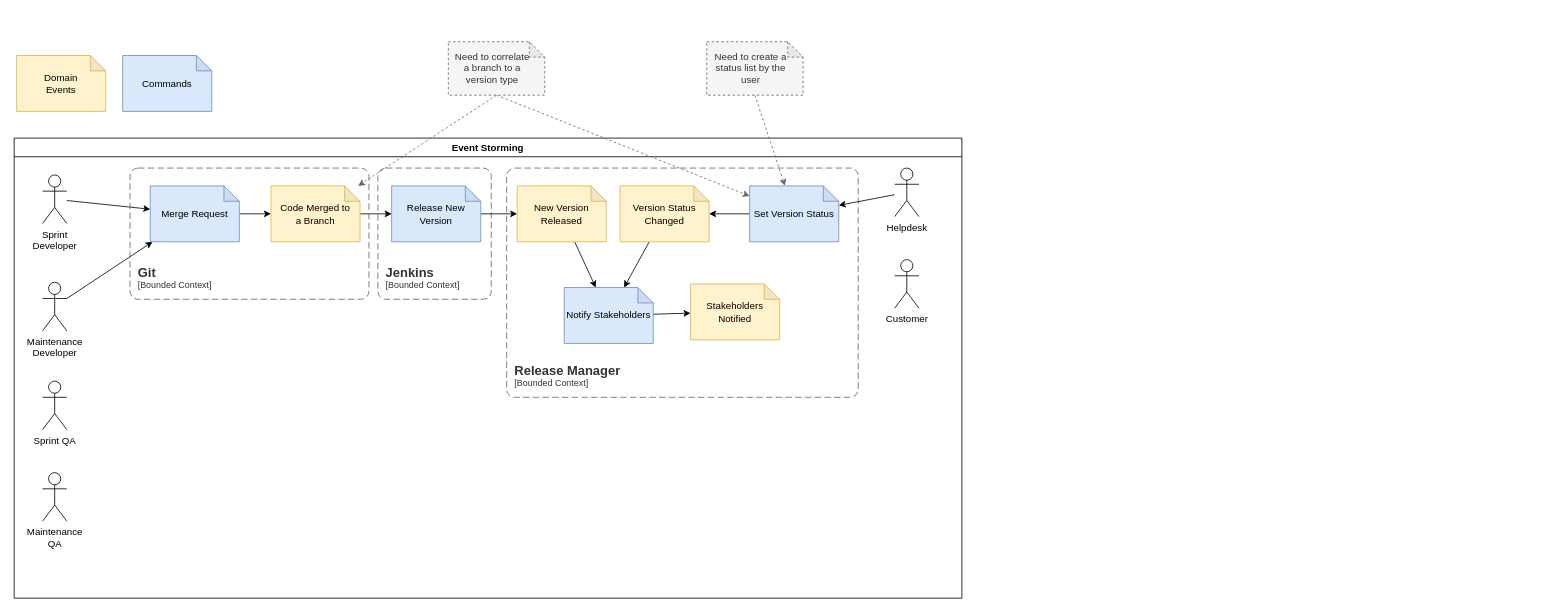
Earlier version of the draw.io diagram release-manager.drawio (higorrg/release-manager). Source tidied: cells renumbered, new cells numbered last; positions are measured from the earlier drawing's top-left corner, leaving out a move shared by most shapes. Both pictures are drawn from the tidied source at 81%, with x=0, y=0 at pixel (14, 41).
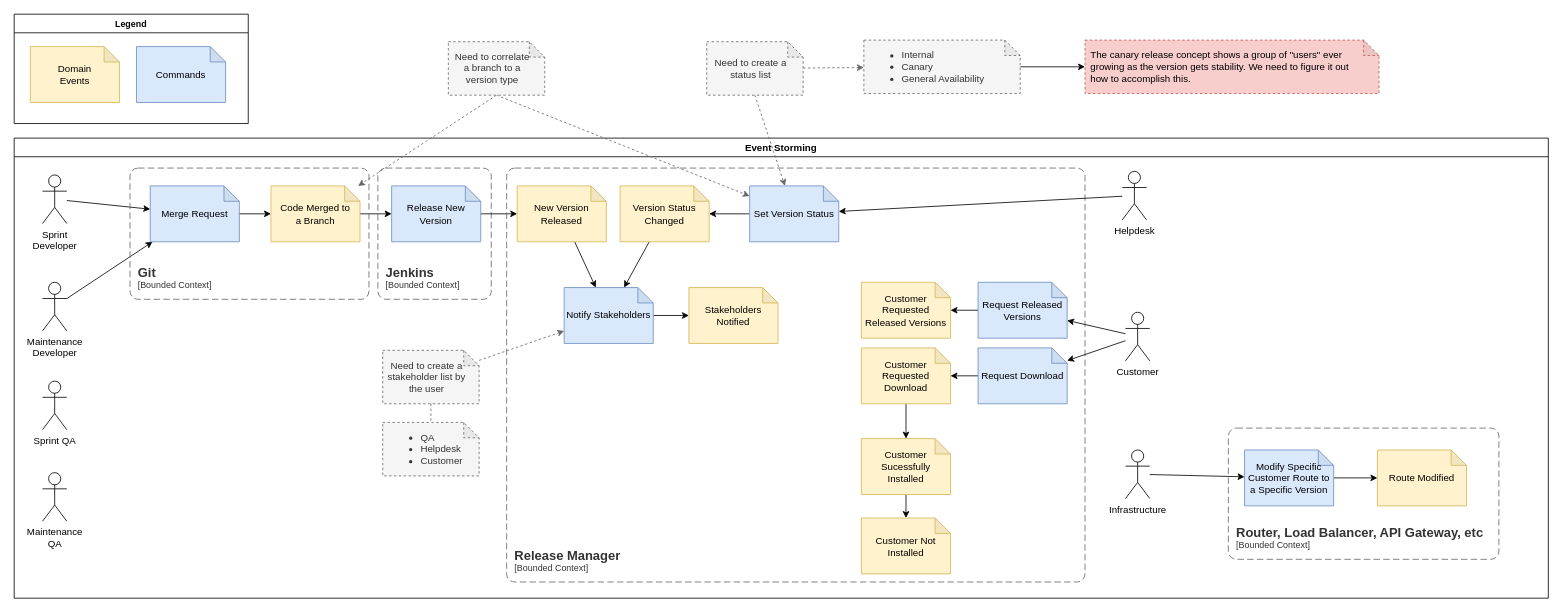
The same diagram, later.

Commit message:
Event Storming

The change refers to these unchanged cells:
```xml
<mxCell id="28" value="Notify Stakeholders" style="shape=note;whiteSpace=wrap;html=1;backgroundOutline=1;darkOpacity=0.05;size=19;fillColor=#dae8fc;strokeColor=#6c8ebf;" parent="2" vertex="1">
  <mxGeometry x="679" y="184.5" width="110" height="69" as="geometry" />
</mxCell>
```

Change to the diagram source:
```diff
@@
     <mxCell id="2" value="Event Storming" style="swimlane;whiteSpace=wrap;html=1;" parent="1" vertex="1">
-      <mxGeometry y="119" width="1170" height="568" as="geometry" />
+      <mxGeometry y="119" width="1894" height="568" as="geometry" />
     </mxCell>
@@
     <object id="17" label="&lt;font style=&quot;font-size: 16px&quot;&gt;&lt;b&gt;&lt;div style=&quot;text-align: left&quot;&gt;%c4Name%&lt;/div&gt;&lt;/b&gt;&lt;/font&gt;&lt;div style=&quot;text-align: left&quot;&gt;[%c4Application%]&lt;/div&gt;" c4Application="Bounded Context" c4Name="Release Manager" placeholders="1">
       <mxCell style="rounded=1;fontSize=11;whiteSpace=wrap;html=1;dashed=1;arcSize=20;fillColor=none;strokeColor=#666666;fontColor=#333333;labelBackgroundColor=none;align=left;verticalAlign=bottom;labelBorderColor=none;spacingTop=0;spacing=10;dashPattern=8 4;perimeter=rectanglePerimeter;noLabel=0;labelPadding=0;absoluteArcSize=1;" parent="2" vertex="1">
-        <mxGeometry x="608" y="37" width="434" height="283" as="geometry" />
+        <mxGeometry x="608" y="37" width="714" height="511" as="geometry" />
       </mxCell>
     </object>
@@
     <mxCell id="19" value="Helpdesk" style="shape=umlActor;verticalLabelPosition=bottom;verticalAlign=top;html=1;outlineConnect=0;" parent="2" vertex="1">
-      <mxGeometry x="1087" y="37" width="30" height="60" as="geometry" />
+      <mxGeometry x="1368" y="41" width="30" height="60" as="geometry" />
     </mxCell>
+    <mxCell id="37" style="edgeStyle=none;shape=connector;rounded=0;jettySize=auto;html=1;labelBackgroundColor=default;strokeColor=default;align=center;verticalAlign=middle;fontFamily=Helvetica;fontSize=11;fontColor=default;endArrow=classic;" parent="2" edge="1" source="20" target="41">
+      <mxGeometry relative="1" as="geometry" />
+    </mxCell>
+    <mxCell id="38" style="edgeStyle=none;shape=connector;rounded=0;jettySize=auto;html=1;labelBackgroundColor=default;strokeColor=default;align=center;verticalAlign=middle;fontFamily=Helvetica;fontSize=11;fontColor=default;endArrow=classic;" parent="2" edge="1" source="20" target="45">
+      <mxGeometry relative="1" as="geometry" />
+    </mxCell>
     <mxCell id="20" value="Customer" style="shape=umlActor;verticalLabelPosition=bottom;verticalAlign=top;html=1;outlineConnect=0;" parent="2" vertex="1">
-      <mxGeometry x="1087" y="150" width="30" height="60" as="geometry" />
+      <mxGeometry x="1372" y="215" width="30" height="60" as="geometry" />
     </mxCell>
@@
     <mxCell id="29" value="Stakeholders&lt;br&gt;Notified" style="shape=note;whiteSpace=wrap;html=1;backgroundOutline=1;darkOpacity=0.05;size=19;fillColor=#fff2cc;strokeColor=#d6b656;" parent="2" vertex="1">
-      <mxGeometry x="835" y="180" width="110" height="69" as="geometry" />
+      <mxGeometry x="833" y="184.5" width="110" height="69" as="geometry" />
     </mxCell>
-    <mxCell id="30" value="Domain&lt;br&gt;Events" style="shape=note;whiteSpace=wrap;html=1;backgroundOutline=1;darkOpacity=0.05;size=19;fillColor=#fff2cc;strokeColor=#d6b656;" parent="1" vertex="1">
-      <mxGeometry x="3" y="17" width="110" height="69" as="geometry" />
-    </mxCell>
-    <mxCell id="31" value="Commands" style="shape=note;whiteSpace=wrap;html=1;backgroundOutline=1;darkOpacity=0.05;size=19;fillColor=#dae8fc;strokeColor=#6c8ebf;" parent="1" vertex="1">
-      <mxGeometry x="134" y="17" width="110" height="69" as="geometry" />
-    </mxCell>
+    <mxCell id="39" value="Customer Requested Released Versions" style="shape=note;whiteSpace=wrap;html=1;backgroundOutline=1;darkOpacity=0.05;size=19;fillColor=#fff2cc;strokeColor=#d6b656;" parent="2" vertex="1">
+      <mxGeometry x="1046" y="178" width="110" height="69" as="geometry" />
+    </mxCell>
+    <mxCell id="40" style="edgeStyle=none;shape=connector;rounded=0;jettySize=auto;html=1;labelBackgroundColor=default;strokeColor=default;align=center;verticalAlign=middle;fontFamily=Helvetica;fontSize=11;fontColor=default;endArrow=classic;" parent="2" edge="1" source="41" target="39">
+      <mxGeometry relative="1" as="geometry" />
+    </mxCell>
+    <mxCell id="41" value="Request Released Versions" style="shape=note;whiteSpace=wrap;html=1;backgroundOutline=1;darkOpacity=0.05;size=19;fillColor=#dae8fc;strokeColor=#6c8ebf;" parent="2" vertex="1">
+      <mxGeometry x="1190" y="178" width="110" height="69" as="geometry" />
+    </mxCell>
+    <mxCell id="42" style="edgeStyle=none;shape=connector;rounded=0;jettySize=auto;html=1;labelBackgroundColor=default;strokeColor=default;align=center;verticalAlign=middle;fontFamily=Helvetica;fontSize=11;fontColor=default;endArrow=classic;" parent="2" edge="1" source="43" target="57">
+      <mxGeometry relative="1" as="geometry" />
+    </mxCell>
+    <mxCell id="43" value="Customer Requested Download" style="shape=note;whiteSpace=wrap;html=1;backgroundOutline=1;darkOpacity=0.05;size=19;fillColor=#fff2cc;strokeColor=#d6b656;" parent="2" vertex="1">
+      <mxGeometry x="1046" y="259" width="110" height="69" as="geometry" />
+    </mxCell>
+    <mxCell id="44" style="edgeStyle=none;shape=connector;rounded=0;jettySize=auto;html=1;labelBackgroundColor=default;strokeColor=default;align=center;verticalAlign=middle;fontFamily=Helvetica;fontSize=11;fontColor=default;endArrow=classic;" parent="2" edge="1" source="45" target="43">
+      <mxGeometry relative="1" as="geometry" />
+    </mxCell>
+    <mxCell id="45" value="Request Download" style="shape=note;whiteSpace=wrap;html=1;backgroundOutline=1;darkOpacity=0.05;size=19;fillColor=#dae8fc;strokeColor=#6c8ebf;" parent="2" vertex="1">
+      <mxGeometry x="1190" y="259" width="110" height="69" as="geometry" />
+    </mxCell>
+    <mxCell id="46" style="edgeStyle=none;shape=connector;rounded=0;jettySize=auto;html=1;labelBackgroundColor=default;strokeColor=#666666;align=center;verticalAlign=middle;fontFamily=Helvetica;fontSize=11;fontColor=default;endArrow=classic;fillColor=#f5f5f5;dashed=1;" parent="2" edge="1" source="47" target="28">
+      <mxGeometry relative="1" as="geometry" />
+    </mxCell>
+    <mxCell id="47" value="Need to create a stakeholder list by the user" style="shape=note;whiteSpace=wrap;html=1;backgroundOutline=1;darkOpacity=0.05;size=19;fillColor=#f5f5f5;strokeColor=#666666;fontColor=#333333;dashed=1;spacing=2;spacingRight=15;spacingLeft=5;" parent="2" vertex="1">
+      <mxGeometry x="455" y="262" width="119" height="66" as="geometry" />
+    </mxCell>
+    <mxCell id="48" value="&lt;ul&gt;&lt;li&gt;&lt;span style=&quot;background-color: initial;&quot;&gt;QA&lt;/span&gt;&lt;/li&gt;&lt;li&gt;&lt;span style=&quot;background-color: initial;&quot;&gt;Helpdesk&lt;/span&gt;&lt;/li&gt;&lt;li&gt;&lt;span style=&quot;background-color: initial;&quot;&gt;Customer&lt;/span&gt;&lt;/li&gt;&lt;/ul&gt;" style="shape=note;whiteSpace=wrap;html=1;backgroundOutline=1;darkOpacity=0.05;size=19;fillColor=#f5f5f5;strokeColor=#666666;fontColor=#333333;dashed=1;spacing=2;spacingRight=15;spacingLeft=5;align=left;" parent="2" vertex="1">
+      <mxGeometry x="455" y="351" width="119" height="66" as="geometry" />
+    </mxCell>
+    <mxCell id="49" style="edgeStyle=none;shape=connector;rounded=0;jettySize=auto;html=1;labelBackgroundColor=default;strokeColor=#666666;align=center;verticalAlign=middle;fontFamily=Helvetica;fontSize=11;fontColor=default;endArrow=none;fillColor=#f5f5f5;endFill=0;dashed=1;" parent="2" edge="1" source="47" target="48">
+      <mxGeometry relative="1" as="geometry" />
+    </mxCell>
+    <mxCell id="50" style="edgeStyle=none;shape=connector;rounded=0;jettySize=auto;html=1;labelBackgroundColor=default;strokeColor=default;align=center;verticalAlign=middle;fontFamily=Helvetica;fontSize=11;fontColor=default;endArrow=classic;" parent="2" edge="1" source="51" target="54">
+      <mxGeometry relative="1" as="geometry" />
+    </mxCell>
+    <mxCell id="51" value="Infrastructure" style="shape=umlActor;verticalLabelPosition=bottom;verticalAlign=top;html=1;outlineConnect=0;" parent="2" vertex="1">
+      <mxGeometry x="1372" y="385" width="30" height="60" as="geometry" />
+    </mxCell>
+    <object id="52" label="&lt;font style=&quot;font-size: 16px&quot;&gt;&lt;b&gt;&lt;div style=&quot;text-align: left&quot;&gt;%c4Name%&lt;/div&gt;&lt;/b&gt;&lt;/font&gt;&lt;div style=&quot;text-align: left&quot;&gt;[%c4Application%]&lt;/div&gt;" c4Application="Bounded Context" c4Name="Router, Load Balancer, API Gateway, etc" placeholders="1">
+      <mxCell style="rounded=1;fontSize=11;whiteSpace=wrap;html=1;dashed=1;arcSize=20;fillColor=none;strokeColor=#666666;fontColor=#333333;labelBackgroundColor=none;align=left;verticalAlign=bottom;labelBorderColor=none;spacingTop=0;spacing=10;dashPattern=8 4;perimeter=rectanglePerimeter;noLabel=0;labelPadding=0;absoluteArcSize=1;" parent="2" vertex="1">
+        <mxGeometry x="1499" y="358" width="334" height="162" as="geometry" />
+      </mxCell>
+    </object>
+    <mxCell id="53" style="edgeStyle=none;shape=connector;rounded=0;jettySize=auto;html=1;labelBackgroundColor=default;strokeColor=default;align=center;verticalAlign=middle;fontFamily=Helvetica;fontSize=11;fontColor=default;endArrow=classic;" parent="2" edge="1" source="54" target="55">
+      <mxGeometry relative="1" as="geometry" />
+    </mxCell>
+    <mxCell id="54" value="Modify Specific Customer Route to a Specific Version" style="shape=note;whiteSpace=wrap;html=1;backgroundOutline=1;darkOpacity=0.05;size=19;fillColor=#dae8fc;strokeColor=#6c8ebf;" parent="2" vertex="1">
+      <mxGeometry x="1519" y="385" width="110" height="69" as="geometry" />
+    </mxCell>
+    <mxCell id="55" value="Route Modified" style="shape=note;whiteSpace=wrap;html=1;backgroundOutline=1;darkOpacity=0.05;size=19;fillColor=#fff2cc;strokeColor=#d6b656;" parent="2" vertex="1">
+      <mxGeometry x="1683" y="385" width="110" height="69" as="geometry" />
+    </mxCell>
+    <mxCell id="56" style="edgeStyle=none;shape=connector;rounded=0;jettySize=auto;html=1;labelBackgroundColor=default;strokeColor=default;align=center;verticalAlign=middle;fontFamily=Helvetica;fontSize=11;fontColor=default;endArrow=classic;" parent="2" edge="1" source="57" target="58">
+      <mxGeometry relative="1" as="geometry" />
+    </mxCell>
+    <mxCell id="57" value="Customer Sucessfully Installed" style="shape=note;whiteSpace=wrap;html=1;backgroundOutline=1;darkOpacity=0.05;size=19;fillColor=#fff2cc;strokeColor=#d6b656;" parent="2" vertex="1">
+      <mxGeometry x="1046" y="371" width="110" height="69" as="geometry" />
+    </mxCell>
+    <mxCell id="58" value="Customer Not Installed" style="shape=note;whiteSpace=wrap;html=1;backgroundOutline=1;darkOpacity=0.05;size=19;fillColor=#fff2cc;strokeColor=#d6b656;" parent="2" vertex="1">
+      <mxGeometry x="1046" y="469" width="110" height="69" as="geometry" />
+    </mxCell>
@@
+    <mxCell id="59" style="edgeStyle=none;shape=connector;rounded=0;jettySize=auto;html=1;labelBackgroundColor=default;strokeColor=#666666;align=center;verticalAlign=middle;fontFamily=Helvetica;fontSize=11;fontColor=default;endArrow=classic;dashed=1;fillColor=#f5f5f5;" parent="1" edge="1" source="36" target="62">
+      <mxGeometry relative="1" as="geometry" />
+    </mxCell>
-    <mxCell id="36" value="Need to create a status list by the user" style="shape=note;whiteSpace=wrap;html=1;backgroundOutline=1;darkOpacity=0.05;size=19;fillColor=#f5f5f5;strokeColor=#666666;fontColor=#333333;dashed=1;spacing=2;spacingRight=15;spacingLeft=5;" parent="1" vertex="1">
+    <mxCell id="36" value="Need to create a status list" style="shape=note;whiteSpace=wrap;html=1;backgroundOutline=1;darkOpacity=0.05;size=19;fillColor=#f5f5f5;strokeColor=#666666;fontColor=#333333;dashed=1;spacing=2;spacingRight=15;spacingLeft=5;" parent="1" vertex="1">
       <mxGeometry x="855" width="119" height="66" as="geometry" />
     </mxCell>
+    <mxCell id="60" value="Legend" style="swimlane;whiteSpace=wrap;html=1;fontFamily=Helvetica;fontSize=11;fontColor=default;" parent="1" vertex="1">
+      <mxGeometry y="-34" width="289" height="135" as="geometry" />
+    </mxCell>
+    <mxCell id="31" value="Commands" style="shape=note;whiteSpace=wrap;html=1;backgroundOutline=1;darkOpacity=0.05;size=19;fillColor=#dae8fc;strokeColor=#6c8ebf;" parent="60" vertex="1">
+      <mxGeometry x="151" y="40" width="110" height="69" as="geometry" />
+    </mxCell>
+    <mxCell id="30" value="Domain&lt;br&gt;Events" style="shape=note;whiteSpace=wrap;html=1;backgroundOutline=1;darkOpacity=0.05;size=19;fillColor=#fff2cc;strokeColor=#d6b656;" parent="60" vertex="1">
+      <mxGeometry x="20" y="40" width="110" height="69" as="geometry" />
+    </mxCell>
+    <mxCell id="61" style="edgeStyle=orthogonalEdgeStyle;rounded=0;jettySize=auto;html=1;" parent="1" edge="1" source="62" target="63">
+      <mxGeometry relative="1" as="geometry" />
+    </mxCell>
+    <mxCell id="62" value="&lt;ul&gt;&lt;li&gt;Internal&lt;/li&gt;&lt;li&gt;&lt;span style=&quot;background-color: initial;&quot;&gt;Canary&lt;/span&gt;&lt;/li&gt;&lt;li&gt;&lt;span style=&quot;background-color: initial;&quot;&gt;General Availability&lt;/span&gt;&lt;/li&gt;&lt;/ul&gt;" style="shape=note;whiteSpace=wrap;html=1;backgroundOutline=1;darkOpacity=0.05;size=19;fillColor=#f5f5f5;strokeColor=#666666;fontColor=#333333;dashed=1;spacing=2;spacingRight=15;spacingLeft=5;align=left;" parent="1" vertex="1">
+      <mxGeometry x="1049" y="-2" width="193" height="66" as="geometry" />
+    </mxCell>
+    <mxCell id="63" value="The canary release concept shows a group of &quot;users&quot; ever growing as the version gets stability. We need to figure it out how to accomplish this." style="shape=note;whiteSpace=wrap;html=1;backgroundOutline=1;darkOpacity=0.05;size=19;fillColor=#f8cecc;strokeColor=#b85450;dashed=1;spacing=2;spacingRight=15;spacingLeft=5;align=left;" parent="1" vertex="1">
+      <mxGeometry x="1322" y="-2" width="363" height="66" as="geometry" />
+    </mxCell>
```
